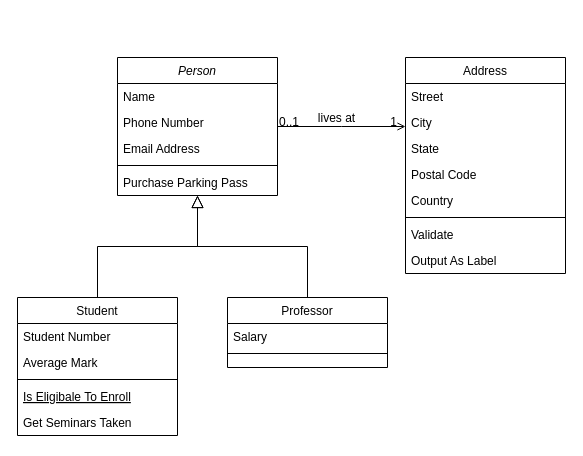
This is src/main/resources/static/image/Untitled Diagram.drawio from kimkonpig/jpashop, a draw.io file, before an edit. Source tidied: cells renumbered, new cells numbered last; positions are measured from the earlier drawing's top-left corner, leaving out a move shared by most shapes. Both pictures are drawn from the tidied source at 100%, with x=0, y=0 at pixel (17, 57).
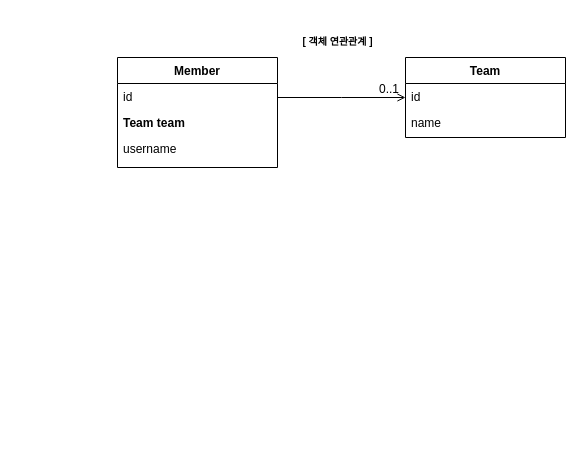
After the change.

Commit message:
다대일 단방향 객체 연관관계

The change refers to these unchanged cells:
```xml
<mxCell id="28" style="endArrow=open;shadow=0;strokeWidth=1;rounded=0;endFill=1;edgeStyle=elbowEdgeStyle;elbow=vertical;" parent="1" edge="1" source="2" target="19">
  <mxGeometry x="0.5" y="41" relative="1" as="geometry">
    <mxPoint x="-40" y="32" as="offset" />
  </mxGeometry>
</mxCell>
```

What changed in the source:
```diff
@@
-    <mxCell id="2" value="Person" style="swimlane;fontStyle=2;align=center;verticalAlign=top;horizontal=1;startSize=26;rounded=0;shadow=0;strokeWidth=1;" parent="1" vertex="1">
-      <mxGeometry x="100" width="160" height="138" as="geometry" />
+    <mxCell id="2" value="Member" style="swimlane;fontStyle=1;align=center;verticalAlign=top;horizontal=1;startSize=26;rounded=0;shadow=0;strokeWidth=1;swimlaneLine=1;" parent="1" vertex="1">
+      <mxGeometry x="100" width="160" height="110" as="geometry" />
     </mxCell>
-    <mxCell id="3" value="Name" style="text;align=left;verticalAlign=top;spacingLeft=4;spacingRight=4;overflow=hidden;" parent="2" vertex="1">
+    <mxCell id="3" value="id" style="text;align=left;verticalAlign=top;spacingLeft=4;spacingRight=4;overflow=hidden;" parent="2" vertex="1">
       <mxGeometry y="26" width="160" height="26" as="geometry" />
     </mxCell>
-    <mxCell id="4" value="Phone Number" style="text;align=left;verticalAlign=top;spacingLeft=4;spacingRight=4;overflow=hidden;rounded=0;shadow=0;html=0;" parent="2" vertex="1">
+    <mxCell id="4" value="Team team" style="text;align=left;verticalAlign=top;spacingLeft=4;spacingRight=4;overflow=hidden;rounded=0;shadow=0;html=0;fontStyle=1;" parent="2" vertex="1">
       <mxGeometry y="52" width="160" height="26" as="geometry" />
     </mxCell>
-    <mxCell id="5" value="Email Address" style="text;align=left;verticalAlign=top;spacingLeft=4;spacingRight=4;overflow=hidden;rounded=0;shadow=0;html=0;" parent="2" vertex="1">
+    <mxCell id="5" value="username" style="text;align=left;verticalAlign=top;spacingLeft=4;spacingRight=4;overflow=hidden;rounded=0;shadow=0;html=0;" parent="2" vertex="1">
       <mxGeometry y="78" width="160" height="26" as="geometry" />
     </mxCell>
-    <mxCell id="6" style="line;html=1;strokeWidth=1;align=left;verticalAlign=middle;spacingTop=-1;spacingLeft=3;spacingRight=3;labelPosition=right;" parent="2" vertex="1">
-      <mxGeometry y="104" width="160" height="8" as="geometry" />
-    </mxCell>
-    <mxCell id="7" value="Purchase Parking Pass" style="text;align=left;verticalAlign=top;spacingLeft=4;spacingRight=4;overflow=hidden;" parent="2" vertex="1">
-      <mxGeometry y="112" width="160" height="26" as="geometry" />
-    </mxCell>
-    <mxCell id="8" value="Student" style="swimlane;fontStyle=0;align=center;verticalAlign=top;horizontal=1;startSize=26;rounded=0;shadow=0;strokeWidth=1;" parent="1" vertex="1">
-      <mxGeometry y="240" width="160" height="138" as="geometry" />
-    </mxCell>
-    <mxCell id="9" value="Student Number" style="text;align=left;verticalAlign=top;spacingLeft=4;spacingRight=4;overflow=hidden;" parent="8" vertex="1">
-      <mxGeometry y="26" width="160" height="26" as="geometry" />
-    </mxCell>
-    <mxCell id="10" value="Average Mark" style="text;align=left;verticalAlign=top;spacingLeft=4;spacingRight=4;overflow=hidden;rounded=0;shadow=0;html=0;" parent="8" vertex="1">
-      <mxGeometry y="52" width="160" height="26" as="geometry" />
-    </mxCell>
-    <mxCell id="11" style="line;html=1;strokeWidth=1;align=left;verticalAlign=middle;spacingTop=-1;spacingLeft=3;spacingRight=3;labelPosition=right;" parent="8" vertex="1">
-      <mxGeometry y="78" width="160" height="8" as="geometry" />
-    </mxCell>
-    <mxCell id="12" value="Is Eligibale To Enroll" style="text;align=left;verticalAlign=top;spacingLeft=4;spacingRight=4;overflow=hidden;fontStyle=4;" parent="8" vertex="1">
-      <mxGeometry y="86" width="160" height="26" as="geometry" />
-    </mxCell>
-    <mxCell id="13" value="Get Seminars Taken" style="text;align=left;verticalAlign=top;spacingLeft=4;spacingRight=4;overflow=hidden;" parent="8" vertex="1">
-      <mxGeometry y="112" width="160" height="26" as="geometry" />
-    </mxCell>
-    <mxCell id="14" style="endArrow=block;endSize=10;endFill=0;shadow=0;strokeWidth=1;rounded=0;edgeStyle=elbowEdgeStyle;elbow=vertical;" parent="1" edge="1" source="8" target="2">
-      <mxGeometry relative="1" as="geometry" />
-    </mxCell>
-    <mxCell id="15" value="Professor" style="swimlane;fontStyle=0;align=center;verticalAlign=top;horizontal=1;startSize=26;rounded=0;shadow=0;strokeWidth=1;" parent="1" vertex="1">
-      <mxGeometry x="210" y="240" width="160" height="70" as="geometry" />
-    </mxCell>
-    <mxCell id="16" value="Salary" style="text;align=left;verticalAlign=top;spacingLeft=4;spacingRight=4;overflow=hidden;" parent="15" vertex="1">
-      <mxGeometry y="26" width="160" height="26" as="geometry" />
-    </mxCell>
-    <mxCell id="17" style="line;html=1;strokeWidth=1;align=left;verticalAlign=middle;spacingTop=-1;spacingLeft=3;spacingRight=3;labelPosition=right;" parent="15" vertex="1">
-      <mxGeometry y="52" width="160" height="8" as="geometry" />
-    </mxCell>
-    <mxCell id="18" style="endArrow=block;endSize=10;endFill=0;shadow=0;strokeWidth=1;rounded=0;edgeStyle=elbowEdgeStyle;elbow=vertical;" parent="1" edge="1" source="15" target="2">
-      <mxGeometry relative="1" as="geometry" />
-    </mxCell>
-    <mxCell id="19" value="Address" style="swimlane;fontStyle=0;align=center;verticalAlign=top;horizontal=1;startSize=26;rounded=0;shadow=0;strokeWidth=1;" parent="1" vertex="1">
-      <mxGeometry x="388" width="160" height="216" as="geometry" />
+    <mxCell id="19" value="Team" style="swimlane;fontStyle=1;align=center;verticalAlign=top;horizontal=1;startSize=26;rounded=0;shadow=0;strokeWidth=1;" parent="1" vertex="1">
+      <mxGeometry x="388" width="160" height="80" as="geometry" />
     </mxCell>
-    <mxCell id="20" value="Street" style="text;align=left;verticalAlign=top;spacingLeft=4;spacingRight=4;overflow=hidden;" parent="19" vertex="1">
+    <mxCell id="20" value="id" style="text;align=left;verticalAlign=top;spacingLeft=4;spacingRight=4;overflow=hidden;" parent="19" vertex="1">
       <mxGeometry y="26" width="160" height="26" as="geometry" />
     </mxCell>
-    <mxCell id="21" value="City" style="text;align=left;verticalAlign=top;spacingLeft=4;spacingRight=4;overflow=hidden;rounded=0;shadow=0;html=0;" parent="19" vertex="1">
+    <mxCell id="21" value="name" style="text;align=left;verticalAlign=top;spacingLeft=4;spacingRight=4;overflow=hidden;rounded=0;shadow=0;html=0;" parent="19" vertex="1">
       <mxGeometry y="52" width="160" height="26" as="geometry" />
     </mxCell>
-    <mxCell id="22" value="State" style="text;align=left;verticalAlign=top;spacingLeft=4;spacingRight=4;overflow=hidden;rounded=0;shadow=0;html=0;" parent="19" vertex="1">
-      <mxGeometry y="78" width="160" height="26" as="geometry" />
-    </mxCell>
-    <mxCell id="23" value="Postal Code" style="text;align=left;verticalAlign=top;spacingLeft=4;spacingRight=4;overflow=hidden;rounded=0;shadow=0;html=0;" parent="19" vertex="1">
-      <mxGeometry y="104" width="160" height="26" as="geometry" />
-    </mxCell>
-    <mxCell id="24" value="Country" style="text;align=left;verticalAlign=top;spacingLeft=4;spacingRight=4;overflow=hidden;rounded=0;shadow=0;html=0;" parent="19" vertex="1">
-      <mxGeometry y="130" width="160" height="26" as="geometry" />
-    </mxCell>
-    <mxCell id="25" style="line;html=1;strokeWidth=1;align=left;verticalAlign=middle;spacingTop=-1;spacingLeft=3;spacingRight=3;labelPosition=right;" parent="19" vertex="1">
-      <mxGeometry y="156" width="160" height="8" as="geometry" />
-    </mxCell>
-    <mxCell id="26" value="Validate" style="text;align=left;verticalAlign=top;spacingLeft=4;spacingRight=4;overflow=hidden;" parent="19" vertex="1">
-      <mxGeometry y="164" width="160" height="26" as="geometry" />
-    </mxCell>
-    <mxCell id="27" value="Output As Label" style="text;align=left;verticalAlign=top;spacingLeft=4;spacingRight=4;overflow=hidden;" parent="19" vertex="1">
-      <mxGeometry y="190" width="160" height="26" as="geometry" />
-    </mxCell>
@@
     <mxCell id="29" value="0..1" style="align=left;verticalAlign=bottom;labelBackgroundColor=none;fontSize=12;" parent="28" vertex="1">
       <mxGeometry x="-1" relative="1" as="geometry">
-        <mxPoint y="4" as="offset" />
+        <mxPoint x="100" as="offset" />
       </mxGeometry>
     </mxCell>
-    <mxCell id="30" value="1" style="align=right;verticalAlign=bottom;labelBackgroundColor=none;fontSize=12;" parent="28" vertex="1">
-      <mxGeometry x="1" relative="1" as="geometry">
-        <mxPoint x="-7" y="4" as="offset" />
-      </mxGeometry>
-    </mxCell>
-    <mxCell id="31" value="lives at" style="text;html=1;align=center;verticalAlign=middle;labelBackgroundColor=none;rounded=0;shadow=0;strokeWidth=1;fontSize=12;" parent="28" vertex="1">
-      <mxGeometry x="0.5" y="49" relative="1" as="geometry">
-        <mxPoint x="-38" y="40" as="offset" />
-      </mxGeometry>
-    </mxCell>
+    <mxCell id="32" value="&lt;font style=&quot;font-size: 10px&quot;&gt;[ 객체 연관관계 ]&lt;/font&gt;" style="text;strokeColor=none;fillColor=none;html=1;fontSize=24;fontStyle=1;verticalAlign=middle;align=center;" parent="1" vertex="1">
+      <mxGeometry x="270" y="-40" width="100" height="40" as="geometry" />
+    </mxCell>
```
